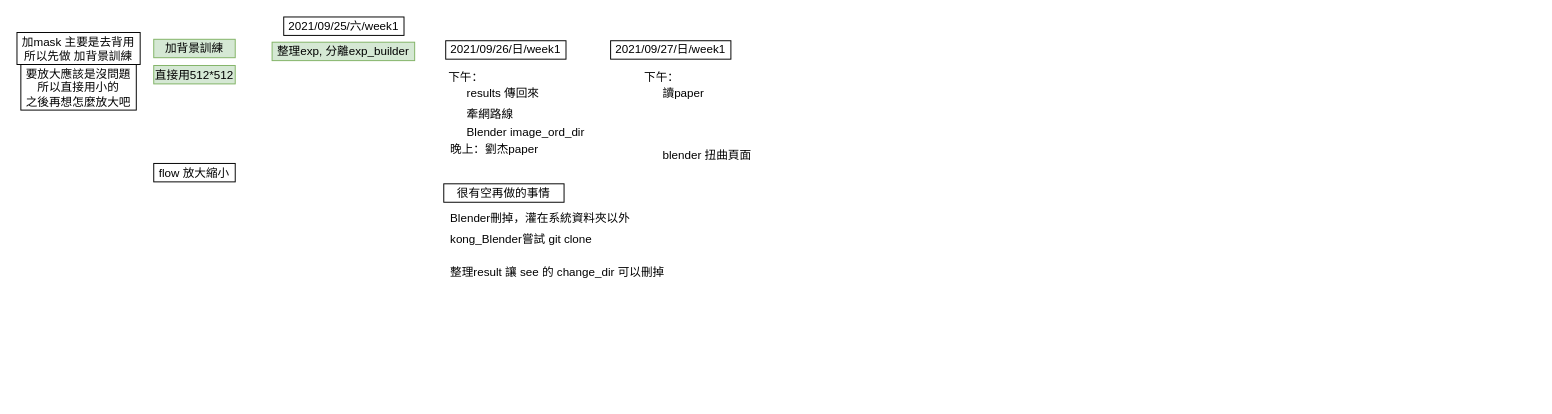
Earlier version of the draw.io diagram 要做的事情.drawio (KongBOy/kong_model2). Source tidied: cells renumbered, new cells numbered last; positions are measured from the earlier drawing's top-left corner, leaving out a move shared by most shapes. Both pictures are drawn from the tidied source at 97%, with x=0, y=0 at pixel (16, 16).
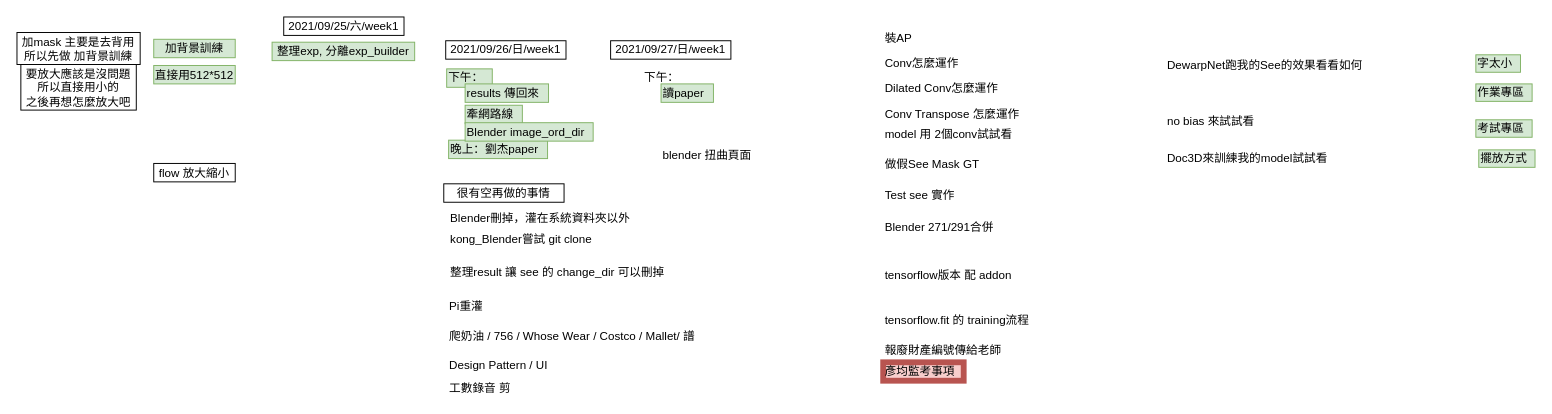
After the change.

What changed in the source:
```diff
@@
-    <mxCell id="8" value="下午：" style="rounded=0;whiteSpace=wrap;html=1;align=left;strokeColor=none;fillColor=none;" parent="1" vertex="1">
+    <mxCell id="8" value="下午：" style="rounded=0;whiteSpace=wrap;html=1;align=left;strokeColor=#82b366;fillColor=#d5e8d4;" parent="1" vertex="1">
       <mxGeometry x="443" y="53.5" width="47" height="19" as="geometry" />
     </mxCell>
-    <mxCell id="9" value="晚上：劉杰paper" style="rounded=0;whiteSpace=wrap;html=1;align=left;strokeColor=none;fillColor=none;" parent="1" vertex="1">
+    <mxCell id="9" value="晚上：劉杰paper" style="rounded=0;whiteSpace=wrap;html=1;align=left;strokeColor=#82b366;fillColor=#d5e8d4;" parent="1" vertex="1">
       <mxGeometry x="445" y="127" width="102" height="19" as="geometry" />
     </mxCell>
@@
-    <mxCell id="12" value="results 傳回來" style="rounded=0;whiteSpace=wrap;html=1;align=left;strokeColor=none;fillColor=none;" parent="1" vertex="1">
+    <mxCell id="12" value="results 傳回來" style="rounded=0;whiteSpace=wrap;html=1;align=left;strokeColor=#82b366;fillColor=#d5e8d4;" parent="1" vertex="1">
       <mxGeometry x="462" y="69" width="86" height="19" as="geometry" />
     </mxCell>
-    <mxCell id="13" value="牽網路線" style="rounded=0;whiteSpace=wrap;html=1;align=left;strokeColor=none;fillColor=none;" parent="1" vertex="1">
+    <mxCell id="13" value="牽網路線" style="rounded=0;whiteSpace=wrap;html=1;align=left;strokeColor=#82b366;fillColor=#d5e8d4;" parent="1" vertex="1">
       <mxGeometry x="462" y="91" width="59" height="19" as="geometry" />
     </mxCell>
-    <mxCell id="14" value="Blender image_ord_dir&lt;br&gt;" style="rounded=0;whiteSpace=wrap;html=1;align=left;strokeColor=none;fillColor=none;" parent="1" vertex="1">
+    <mxCell id="14" value="Blender image_ord_dir&lt;br&gt;" style="rounded=0;whiteSpace=wrap;html=1;align=left;strokeColor=#82b366;fillColor=#d5e8d4;" parent="1" vertex="1">
       <mxGeometry x="462" y="109" width="132" height="19" as="geometry" />
     </mxCell>
@@
-    <mxCell id="20" value="讀paper" style="rounded=0;whiteSpace=wrap;html=1;align=left;strokeColor=none;fillColor=none;" parent="1" vertex="1">
+    <mxCell id="20" value="讀paper" style="rounded=0;whiteSpace=wrap;html=1;align=left;strokeColor=#82b366;fillColor=#d5e8d4;" parent="1" vertex="1">
       <mxGeometry x="664" y="69" width="54" height="19" as="geometry" />
     </mxCell>
@@
+    <mxCell id="23" value="model 用 2個conv試試看" style="rounded=0;whiteSpace=wrap;html=1;align=left;strokeColor=none;fillColor=none;" parent="1" vertex="1">
+      <mxGeometry x="893" y="111" width="142" height="19" as="geometry" />
+    </mxCell>
+    <mxCell id="24" value="Pi重灌" style="rounded=0;whiteSpace=wrap;html=1;align=left;strokeColor=none;fillColor=none;" parent="1" vertex="1">
+      <mxGeometry x="444" y="289" width="46" height="19" as="geometry" />
+    </mxCell>
+    <mxCell id="25" value="爬奶油 / 756 / Whose Wear / Costco / Mallet/ 譜" style="rounded=0;whiteSpace=wrap;html=1;align=left;strokeColor=none;fillColor=none;" parent="1" vertex="1">
+      <mxGeometry x="444" y="319" width="264" height="19" as="geometry" />
+    </mxCell>
+    <mxCell id="26" value="Design Pattern / UI&amp;nbsp;" style="rounded=0;whiteSpace=wrap;html=1;align=left;strokeColor=none;fillColor=none;" parent="1" vertex="1">
+      <mxGeometry x="444" y="349" width="264" height="19" as="geometry" />
+    </mxCell>
+    <mxCell id="27" value="工數錄音 剪" style="rounded=0;whiteSpace=wrap;html=1;align=left;strokeColor=none;fillColor=none;" parent="1" vertex="1">
+      <mxGeometry x="444" y="373" width="264" height="19" as="geometry" />
+    </mxCell>
+    <mxCell id="28" value="Conv怎麼運作" style="rounded=0;whiteSpace=wrap;html=1;align=left;strokeColor=none;fillColor=none;" parent="1" vertex="1">
+      <mxGeometry x="893" y="38" width="87" height="19" as="geometry" />
+    </mxCell>
+    <mxCell id="29" value="Dilated Conv怎麼運作" style="rounded=0;whiteSpace=wrap;html=1;align=left;strokeColor=none;fillColor=none;" parent="1" vertex="1">
+      <mxGeometry x="893" y="64" width="128" height="19" as="geometry" />
+    </mxCell>
+    <mxCell id="30" value="Conv Transpose 怎麼運作" style="rounded=0;whiteSpace=wrap;html=1;align=left;strokeColor=none;fillColor=none;" parent="1" vertex="1">
+      <mxGeometry x="893" y="91" width="150" height="19" as="geometry" />
+    </mxCell>
+    <mxCell id="31" value="做假See Mask GT" style="rounded=0;whiteSpace=wrap;html=1;align=left;strokeColor=none;fillColor=none;" parent="1" vertex="1">
+      <mxGeometry x="893" y="142" width="108" height="19" as="geometry" />
+    </mxCell>
+    <mxCell id="32" value="Test see 實作" style="rounded=0;whiteSpace=wrap;html=1;align=left;strokeColor=none;fillColor=none;" parent="1" vertex="1">
+      <mxGeometry x="893" y="174" width="83" height="19" as="geometry" />
+    </mxCell>
+    <mxCell id="33" value="Blender 271/291合併" style="rounded=0;whiteSpace=wrap;html=1;align=left;strokeColor=none;fillColor=none;" parent="1" vertex="1">
+      <mxGeometry x="893" y="207" width="123" height="19" as="geometry" />
+    </mxCell>
+    <mxCell id="34" value="tensorflow版本 配 addon" style="rounded=0;whiteSpace=wrap;html=1;align=left;strokeColor=none;fillColor=none;" parent="1" vertex="1">
+      <mxGeometry x="893" y="257" width="142" height="19" as="geometry" />
+    </mxCell>
+    <mxCell id="35" value="tensorflow.fit 的 training流程" style="rounded=0;whiteSpace=wrap;html=1;align=left;strokeColor=none;fillColor=none;" parent="1" vertex="1">
+      <mxGeometry x="893" y="303" width="160" height="19" as="geometry" />
+    </mxCell>
+    <mxCell id="36" value="報廢財產編號傳給老師" style="rounded=0;whiteSpace=wrap;html=1;align=left;strokeColor=none;fillColor=none;" parent="1" vertex="1">
+      <mxGeometry x="893" y="334" width="131" height="19" as="geometry" />
+    </mxCell>
+    <mxCell id="37" value="彥均監考事項" style="rounded=0;whiteSpace=wrap;html=1;align=left;strokeColor=#b85450;fillColor=#f8cecc;strokeWidth=6;" parent="1" vertex="1">
+      <mxGeometry x="893" y="356" width="83" height="19" as="geometry" />
+    </mxCell>
+    <mxCell id="38" value="DewarpNet跑我的See的效果看看如何" style="rounded=0;whiteSpace=wrap;html=1;align=left;strokeColor=none;fillColor=none;" parent="1" vertex="1">
+      <mxGeometry x="1184" y="40" width="212" height="19" as="geometry" />
+    </mxCell>
+    <mxCell id="39" value="Doc3D來訓練我的model試試看" style="rounded=0;whiteSpace=wrap;html=1;align=left;strokeColor=none;fillColor=none;" parent="1" vertex="1">
+      <mxGeometry x="1184" y="136" width="176" height="19" as="geometry" />
+    </mxCell>
+    <mxCell id="40" value="no bias 來試試看" style="rounded=0;whiteSpace=wrap;html=1;align=left;strokeColor=none;fillColor=none;" parent="1" vertex="1">
+      <mxGeometry x="1184" y="98" width="101" height="19" as="geometry" />
+    </mxCell>
+    <mxCell id="41" value="裝AP" style="rounded=0;whiteSpace=wrap;html=1;align=left;strokeColor=none;fillColor=none;" parent="1" vertex="1">
+      <mxGeometry x="893" y="12" width="87" height="19" as="geometry" />
+    </mxCell>
+    <mxCell id="42" value="字太小" style="rounded=0;whiteSpace=wrap;html=1;align=left;strokeColor=#82b366;fillColor=#d5e8d4;" parent="1" vertex="1">
+      <mxGeometry x="1504" y="39" width="46" height="18" as="geometry" />
+    </mxCell>
+    <mxCell id="43" value="作業專區&lt;br&gt;" style="rounded=0;whiteSpace=wrap;html=1;align=left;strokeColor=#82b366;fillColor=#d5e8d4;" parent="1" vertex="1">
+      <mxGeometry x="1504" y="69" width="58" height="18" as="geometry" />
+    </mxCell>
+    <mxCell id="44" value="考試專區" style="rounded=0;whiteSpace=wrap;html=1;align=left;strokeColor=#82b366;fillColor=#d5e8d4;" parent="1" vertex="1">
+      <mxGeometry x="1504" y="106" width="58" height="18" as="geometry" />
+    </mxCell>
+    <mxCell id="45" value="擺放方式" style="rounded=0;whiteSpace=wrap;html=1;align=left;strokeColor=#82b366;fillColor=#d5e8d4;" parent="1" vertex="1">
+      <mxGeometry x="1507" y="137" width="58" height="18" as="geometry" />
+    </mxCell>
```
